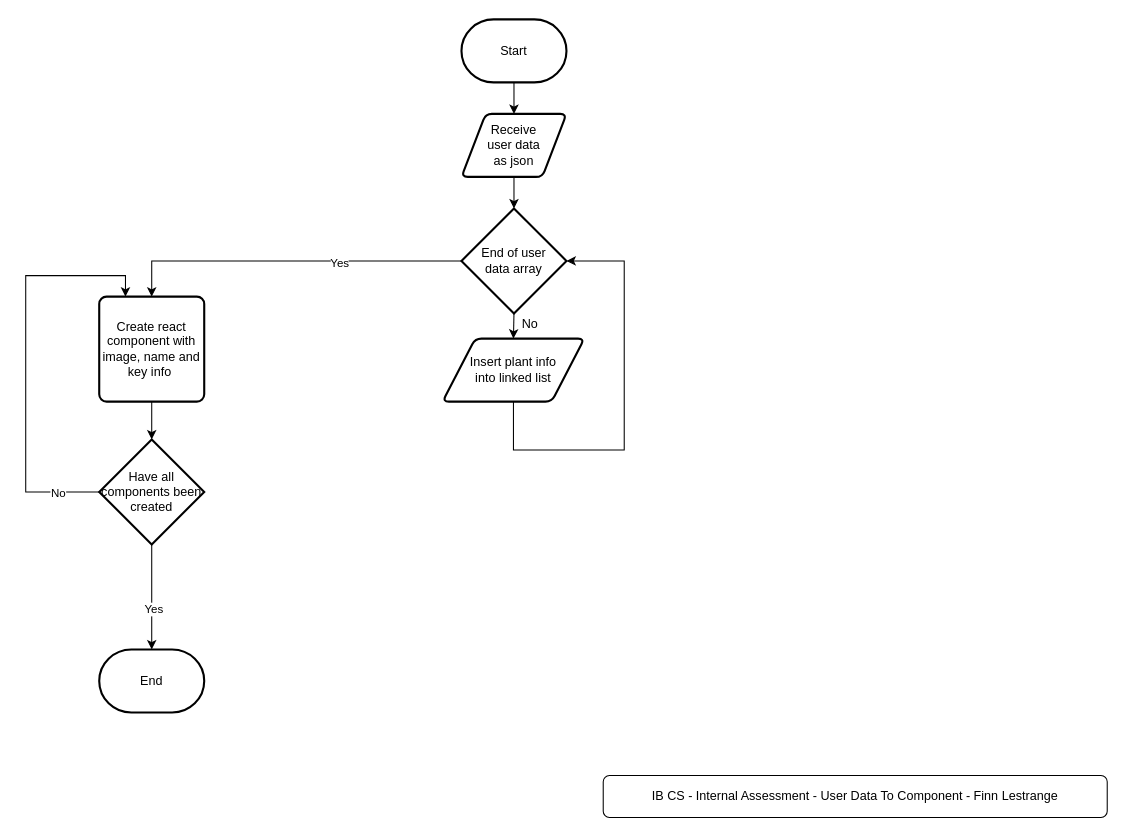
This is Diagrams and Flowcharts/UserDataToComponent.drawio from 71xn/ibcs-ia, a draw.io file, before an edit. Source tidied: cells renumbered, new cells numbered last; positions are measured from the earlier drawing's top-left corner, leaving out a move shared by most shapes. Both pictures are drawn from the tidied source at 105%, with x=0, y=0 at pixel (25, 19).
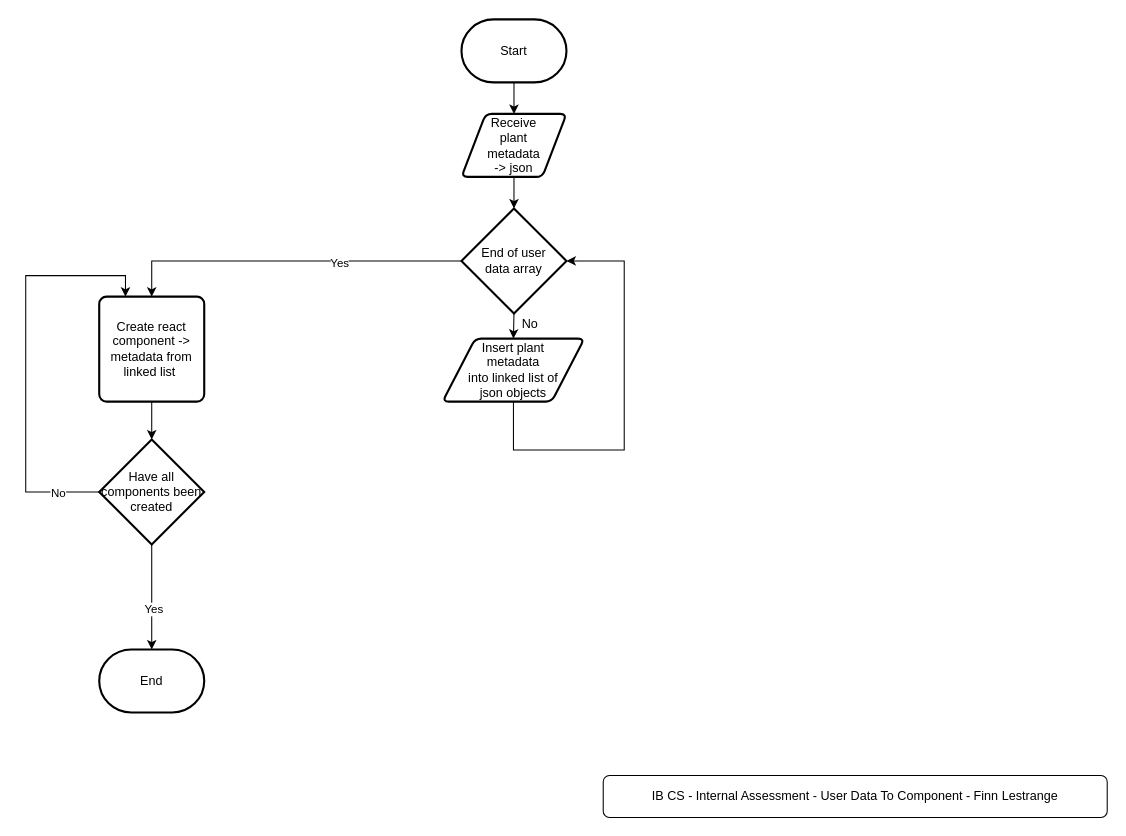
The same page after the edit.

The edit, as a diff of the source:
```diff
@@
-    <mxCell id="6" value="Receive&lt;br&gt;user data&lt;br&gt;as json" style="shape=parallelogram;html=1;strokeWidth=2;perimeter=parallelogramPerimeter;whiteSpace=wrap;rounded=1;arcSize=12;size=0.23;" parent="1" vertex="1">
+    <mxCell id="6" value="Receive&lt;br&gt;plant &lt;br&gt;metadata&lt;br&gt;-&amp;gt; json" style="shape=parallelogram;html=1;strokeWidth=2;perimeter=parallelogramPerimeter;whiteSpace=wrap;rounded=1;arcSize=12;size=0.23;" parent="1" vertex="1">
       <mxGeometry x="415" y="90" width="100" height="60" as="geometry" />
     </mxCell>
@@
-    <mxCell id="13" value="Insert plant info &lt;br&gt;into linked list" style="shape=parallelogram;html=1;strokeWidth=2;perimeter=parallelogramPerimeter;whiteSpace=wrap;rounded=1;arcSize=12;size=0.23;" parent="1" vertex="1">
+    <mxCell id="13" value="Insert plant &lt;br&gt;metadata&lt;br&gt;into linked list of &lt;br&gt;json objects" style="shape=parallelogram;html=1;strokeWidth=2;perimeter=parallelogramPerimeter;whiteSpace=wrap;rounded=1;arcSize=12;size=0.23;" parent="1" vertex="1">
       <mxGeometry x="397" y="304" width="135" height="60" as="geometry" />
     </mxCell>
@@
-    <mxCell id="16" value="Create react component with image, name and key info&amp;nbsp;" style="rounded=1;whiteSpace=wrap;html=1;absoluteArcSize=1;arcSize=14;strokeWidth=2;" parent="1" vertex="1">
+    <mxCell id="16" value="Create react component -&amp;gt; metadata from linked list&amp;nbsp;" style="rounded=1;whiteSpace=wrap;html=1;absoluteArcSize=1;arcSize=14;strokeWidth=2;" parent="1" vertex="1">
       <mxGeometry x="70" y="264" width="100" height="100" as="geometry" />
     </mxCell>
```
